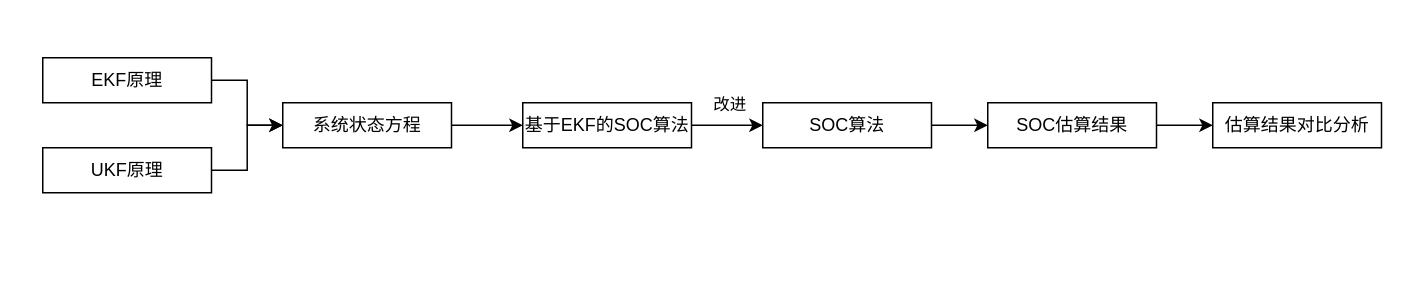
The draw.io diagram Untitled Diagram4.drawio in limpuslee/lyricsgithub.io, before the edit. Source tidied: cells renumbered, new cells numbered last; positions are measured from the earlier drawing's top-left corner, leaving out a move shared by most shapes. Both pictures are drawn from the tidied source at 150%, with x=0, y=0 at pixel (42, 57).
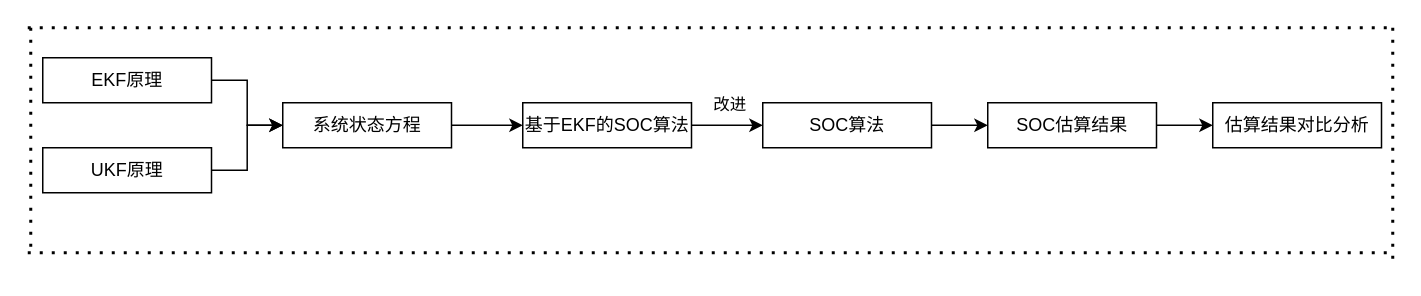
The same diagram, later.

What changed in the source:
```diff
@@
+    <mxCell id="16" style="endArrow=none;dashed=1;html=1;dashPattern=1 3;strokeWidth=2;rounded=0;" parent="1" edge="1">
+      <mxGeometry relative="1" as="geometry">
+        <mxPoint x="-10" y="-20" as="sourcePoint" />
+        <mxPoint x="900" y="-20" as="targetPoint" />
+      </mxGeometry>
+    </mxCell>
+    <mxCell id="17" style="endArrow=none;dashed=1;html=1;dashPattern=1 3;strokeWidth=2;rounded=0;" parent="1" edge="1">
+      <mxGeometry relative="1" as="geometry">
+        <mxPoint x="-8" y="-20" as="sourcePoint" />
+        <mxPoint x="-8" y="130" as="targetPoint" />
+      </mxGeometry>
+    </mxCell>
+    <mxCell id="18" style="endArrow=none;dashed=1;html=1;dashPattern=1 3;strokeWidth=2;rounded=0;" parent="1" edge="1">
+      <mxGeometry relative="1" as="geometry">
+        <mxPoint x="-10" y="130" as="sourcePoint" />
+        <mxPoint x="900" y="130" as="targetPoint" />
+      </mxGeometry>
+    </mxCell>
+    <mxCell id="19" style="endArrow=none;dashed=1;html=1;dashPattern=1 3;strokeWidth=2;rounded=0;" parent="1" edge="1">
+      <mxGeometry relative="1" as="geometry">
+        <mxPoint x="900" y="-20" as="sourcePoint" />
+        <mxPoint x="900" y="140" as="targetPoint" />
+      </mxGeometry>
+    </mxCell>
```
